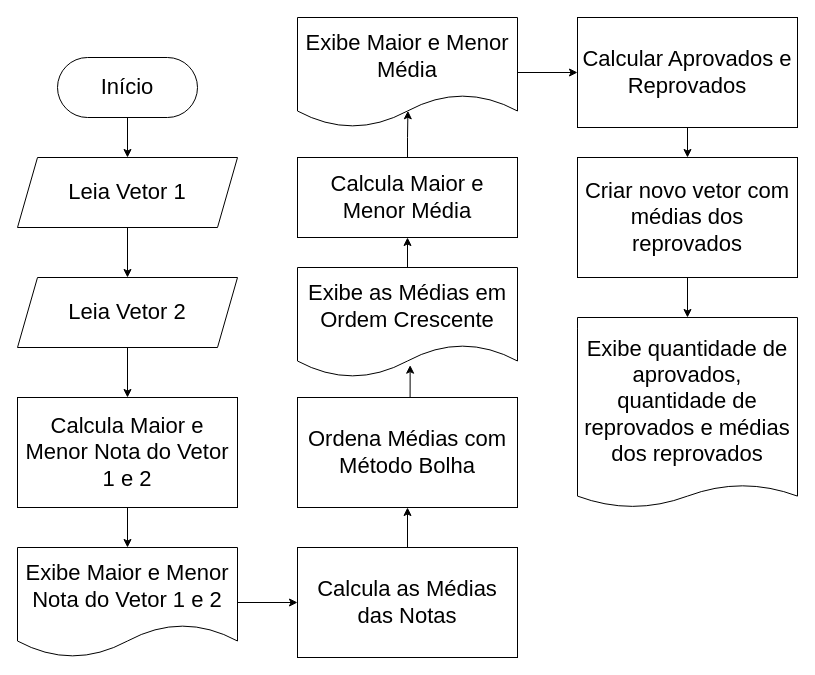
Earlier version of the draw.io diagram Fluxograma.drawio (moisesAlc/AtividadeFinal_Algo). Source tidied: cells renumbered, new cells numbered last; positions are measured from the earlier drawing's top-left corner, leaving out a move shared by most shapes. Both pictures are drawn from the tidied source at 100%, with x=0, y=0 at pixel (17, 17).
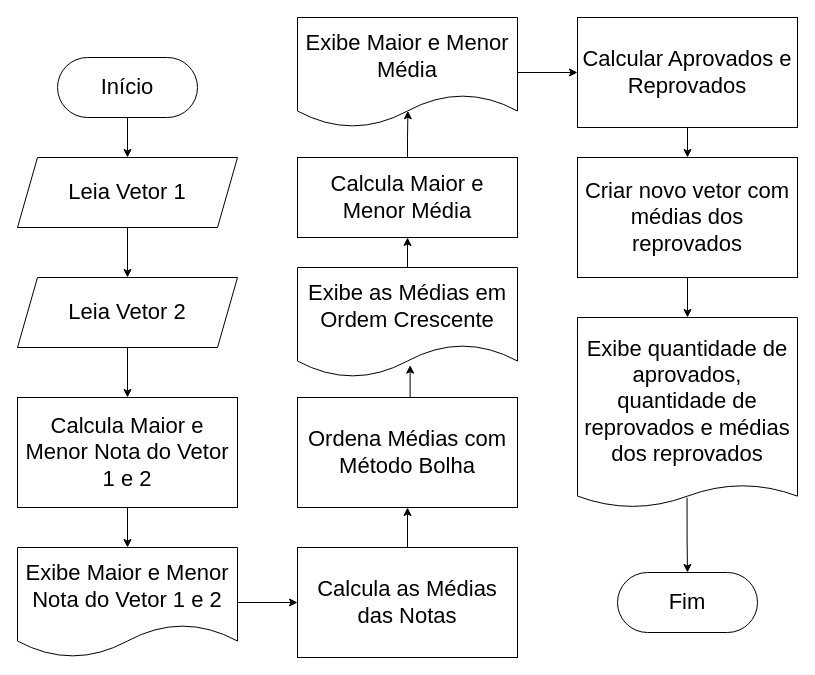
Above is the later version.

Commit message:
adicionei fim ao fluxograma

The change refers to these unchanged cells:
```xml
<mxCell id="24" value="Exibe quantidade de aprovados, quantidade de reprovados e médias dos reprovados" style="shape=document;whiteSpace=wrap;html=1;boundedLbl=1;fontSize=22;size=0.12;" parent="1" vertex="1">
  <mxGeometry x="560" y="300" width="220" height="190" as="geometry" />
</mxCell>
```

The edit, as a diff of the source:
```diff
@@
+    <mxCell id="27" value="Fim" style="rounded=1;whiteSpace=wrap;html=1;arcSize=50;fontSize=22;" parent="1" vertex="1">
+      <mxGeometry x="600" y="555" width="140" height="60" as="geometry" />
+    </mxCell>
+    <mxCell id="28" style="edgeStyle=orthogonalEdgeStyle;rounded=0;jettySize=auto;html=1;entryX=0.5;entryY=0;entryDx=0;entryDy=0;exitX=0.498;exitY=0.948;exitDx=0;exitDy=0;exitPerimeter=0;" parent="1" edge="1" source="24" target="27">
+      <mxGeometry relative="1" as="geometry" />
+    </mxCell>
```
